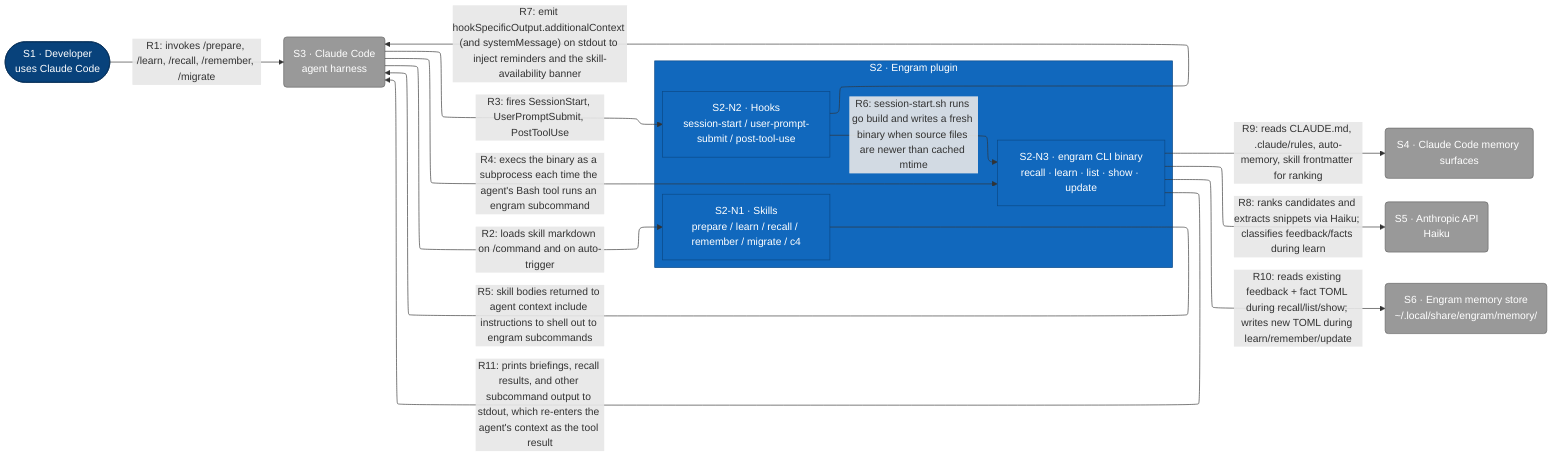
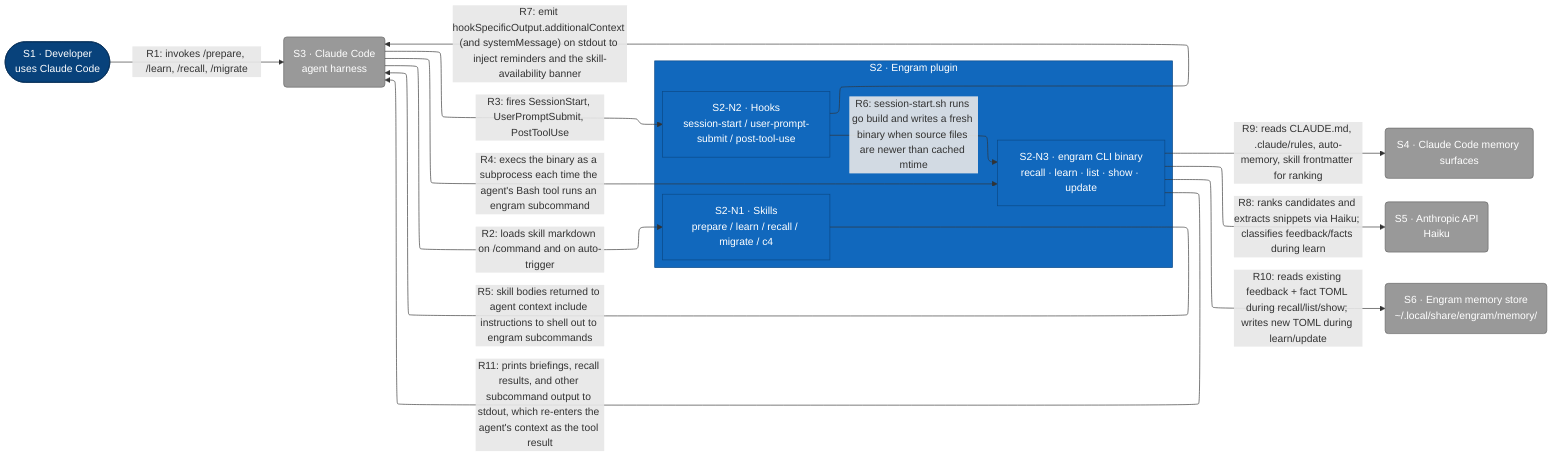
%%{init: {'flowchart': {'defaultRenderer': 'elk'}}}%%
flowchart LR
    classDef person      fill:#08427b,stroke:#052e56,color:#fff
    classDef external    fill:#999,   stroke:#666,   color:#fff
    classDef container   fill:#1168bd,stroke:#0b4884,color:#fff

    s1([S1 · Developer<br/>uses Claude Code])
    s3(S3 · Claude Code<br/>agent harness)
    s4(S4 · Claude Code memory surfaces)
    s5(S5 · Anthropic API<br/>Haiku)
    s6(S6 · Engram memory store<br/>~/.local/share/engram/memory/)

    subgraph s2 [S2 · Engram plugin]
-         s2-n1[S2-N1 · Skills<br/>prepare / learn / recall / remember / migrate / c4]
+         s2-n1[S2-N1 · Skills<br/>prepare / learn / recall / migrate / c4]
        s2-n2[S2-N2 · Hooks<br/>session-start / user-prompt-submit / post-tool-use]
        s2-n3[S2-N3 · engram CLI binary<br/>recall · learn · list · show · update]
    end

-     s1 -->|"R1: invokes /prepare, /learn, /recall, /remember, /migrate"| s3
+     s1 -->|"R1: invokes /prepare, /learn, /recall, /migrate"| s3
    s3 -->|"R2: loads skill markdown on /command and on auto-trigger"| s2-n1
    s3 -->|"R3: fires SessionStart, UserPromptSubmit, PostToolUse"| s2-n2
    s3 -->|"R4: execs the binary as a subprocess each time the agent's Bash tool runs an engram subcommand"| s2-n3
    s2-n1 -->|"R5: skill bodies returned to agent context include instructions to shell out to engram subcommands"| s3
    s2-n2 -->|"R6: session-start.sh runs go build and writes a fresh binary when source files are newer than cached mtime"| s2-n3
    s2-n2 -->|"R7: emit hookSpecificOutput.additionalContext (and systemMessage) on stdout to inject reminders and the skill-availability banner"| s3
    s2-n3 -->|"R8: ranks candidates and extracts snippets via Haiku; classifies feedback/facts during learn"| s5
    s2-n3 -->|"R9: reads CLAUDE.md, .claude/rules, auto-memory, skill frontmatter for ranking"| s4
-     s2-n3 -->|"R10: reads existing feedback + fact TOML during recall/list/show; writes new TOML during learn/remember/update"| s6
+     s2-n3 -->|"R10: reads existing feedback + fact TOML during recall/list/show; writes new TOML during learn/update"| s6
    s2-n3 -->|"R11: prints briefings, recall results, and other subcommand output to stdout, which re-enters the agent's context as the tool result"| s3

    class s1 person
    class s3,s4,s5,s6 external
    class s2-n1,s2-n2,s2-n3 container
    class s2 container

    click s1 href "#s1-developer" "Developer"
    click s2 href "#s2-engram-plugin" "Engram plugin"
    click s3 href "#s3-claude-code" "Claude Code"
    click s4 href "#s4-claude-code-memory-surfaces" "Claude Code memory surfaces"
    click s5 href "#s5-anthropic-api" "Anthropic API"
    click s6 href "#s6-engram-memory-store" "Engram memory store"
    click s2-n1 href "#s2-n1-skills" "Skills"
    click s2-n2 href "#s2-n2-hooks" "Hooks"
    click s2-n3 href "#s2-n3-engram-cli-binary" "engram CLI binary"
